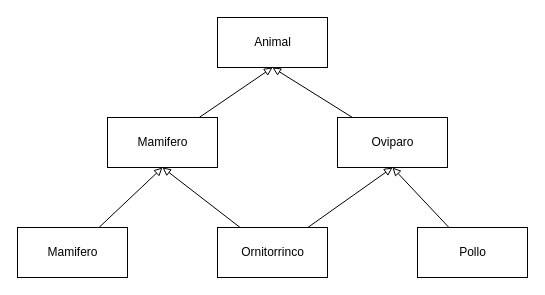
Before: ejercicio2/ejercicio2.drawio in lmiel/parcial_POO, a draw.io diagram. Source tidied: cells renumbered, new cells numbered last; positions are measured from the earlier drawing's top-left corner, leaving out a move shared by most shapes. Both pictures are drawn from the tidied source at 100%, with x=0, y=0 at pixel (17, 17).
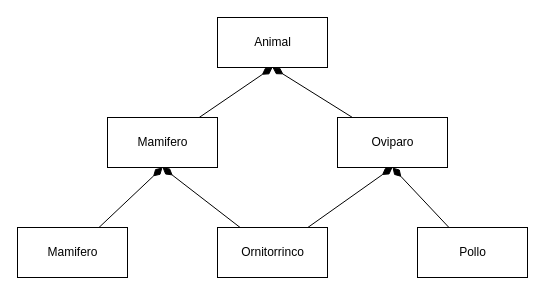
The same page after the edit.

Change to the diagram source:
```diff
@@
 <mxGraphModel>
   <root>
     <mxCell id="0" />
     <mxCell id="1" parent="0" />
     <mxCell id="2" value="Animal" style="html=1;" parent="1" vertex="1">
       <mxGeometry x="200" width="110" height="50" as="geometry" />
     </mxCell>
-    <mxCell id="3" style="edgeStyle=none;html=1;entryX=0.5;entryY=1;entryDx=0;entryDy=0;endArrow=block;endFill=0;" parent="1" edge="1" source="4" target="2">
+    <mxCell id="3" style="edgeStyle=none;html=1;entryX=0.5;entryY=1;entryDx=0;entryDy=0;endArrow=diamondThin;endFill=1;strokeWidth=1;endSize=10;" parent="1" edge="1" source="4" target="2">
       <mxGeometry relative="1" as="geometry" />
     </mxCell>
     <mxCell id="4" value="Oviparo" style="html=1;" parent="1" vertex="1">
       <mxGeometry x="320" y="100" width="110" height="50" as="geometry" />
     </mxCell>
-    <mxCell id="5" style="edgeStyle=none;html=1;entryX=0.5;entryY=1;entryDx=0;entryDy=0;endArrow=block;endFill=0;" parent="1" edge="1" source="6" target="2">
+    <mxCell id="5" style="edgeStyle=none;html=1;entryX=0.5;entryY=1;entryDx=0;entryDy=0;endArrow=diamondThin;endFill=1;strokeWidth=1;endSize=10;" parent="1" edge="1" source="6" target="2">
       <mxGeometry relative="1" as="geometry" />
     </mxCell>
     <mxCell id="6" value="Mamifero" style="html=1;" parent="1" vertex="1">
       <mxGeometry x="90" y="100" width="110" height="50" as="geometry" />
     </mxCell>
-    <mxCell id="7" style="edgeStyle=none;html=1;entryX=0.5;entryY=1;entryDx=0;entryDy=0;endArrow=block;endFill=0;" parent="1" edge="1" source="8" target="6">
+    <mxCell id="7" style="edgeStyle=none;html=1;entryX=0.5;entryY=1;entryDx=0;entryDy=0;endArrow=diamondThin;endFill=1;strokeWidth=1;endSize=10;" parent="1" edge="1" source="8" target="6">
       <mxGeometry relative="1" as="geometry" />
     </mxCell>
     <mxCell id="8" value="Mamifero" style="html=1;" parent="1" vertex="1">
       <mxGeometry y="210" width="110" height="50" as="geometry" />
     </mxCell>
-    <mxCell id="9" style="edgeStyle=none;html=1;entryX=0.5;entryY=1;entryDx=0;entryDy=0;endArrow=block;endFill=0;" parent="1" edge="1" source="11" target="6">
+    <mxCell id="9" style="edgeStyle=none;html=1;entryX=0.5;entryY=1;entryDx=0;entryDy=0;endArrow=diamondThin;endFill=1;strokeWidth=1;endSize=10;" parent="1" edge="1" source="11" target="6">
       <mxGeometry relative="1" as="geometry" />
     </mxCell>
-    <mxCell id="10" style="edgeStyle=none;html=1;entryX=0.5;entryY=1;entryDx=0;entryDy=0;endArrow=block;endFill=0;" parent="1" edge="1" source="11" target="4">
+    <mxCell id="10" style="edgeStyle=none;html=1;entryX=0.5;entryY=1;entryDx=0;entryDy=0;endArrow=diamondThin;endFill=1;strokeWidth=1;endSize=10;" parent="1" edge="1" source="11" target="4">
       <mxGeometry relative="1" as="geometry" />
     </mxCell>
     <mxCell id="11" value="Ornitorrinco" style="html=1;" parent="1" vertex="1">
       <mxGeometry x="200" y="210" width="110" height="50" as="geometry" />
     </mxCell>
-    <mxCell id="12" style="edgeStyle=none;html=1;entryX=0.5;entryY=1;entryDx=0;entryDy=0;endArrow=block;endFill=0;" parent="1" edge="1" source="13" target="4">
+    <mxCell id="12" style="edgeStyle=none;html=1;entryX=0.5;entryY=1;entryDx=0;entryDy=0;endArrow=diamondThin;endFill=1;strokeWidth=1;endSize=10;" parent="1" edge="1" source="13" target="4">
       <mxGeometry relative="1" as="geometry" />
     </mxCell>
     <mxCell id="13" value="Pollo" style="html=1;" parent="1" vertex="1">
       <mxGeometry x="400" y="210" width="110" height="50" as="geometry" />
     </mxCell>
   </root>
 </mxGraphModel>
```
